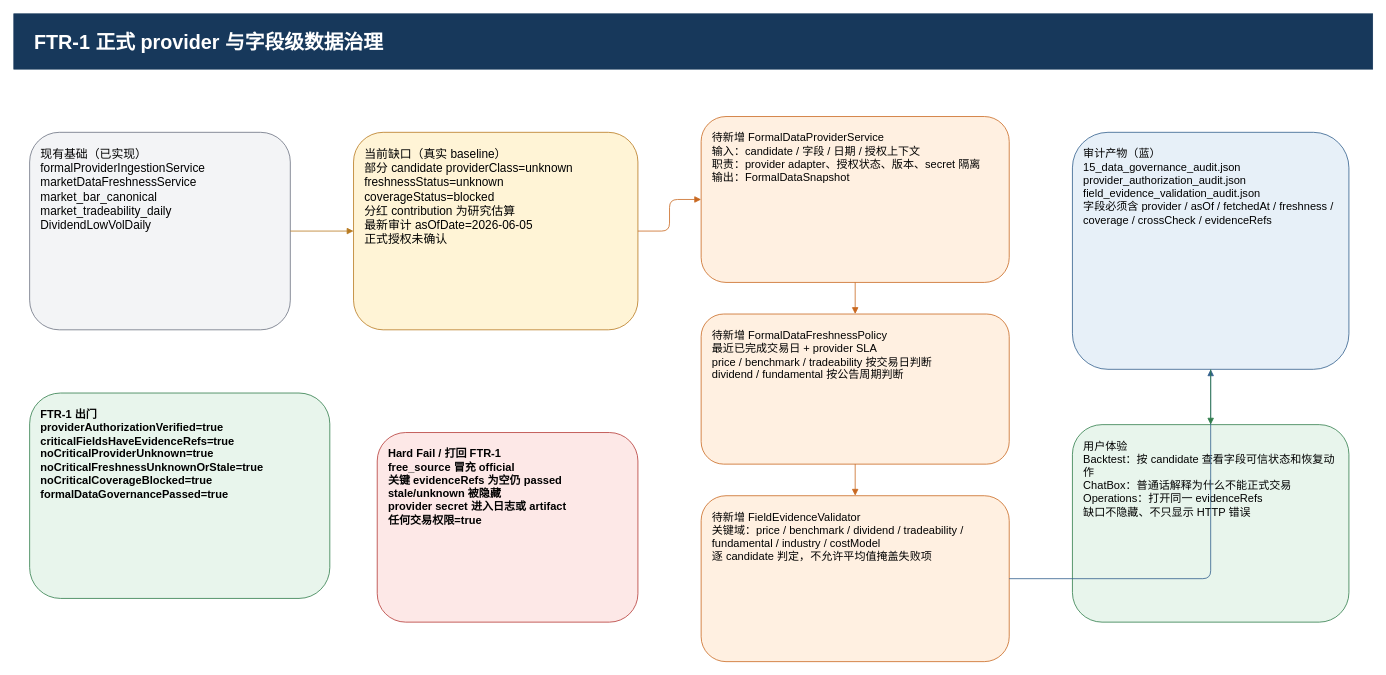
This is page "3 正式数据治理" (3 of 8) of docs/target-architecture-gap.drawio from ljx418/FAMS, a draw.io file, before an edit. Source tidied: cells renumbered, new cells numbered last; positions are measured from the earlier drawing's top-left corner, leaving out a move shared by most shapes. Both pictures are drawn from the tidied source at 79%, with x=0, y=0 at pixel (13, 13).
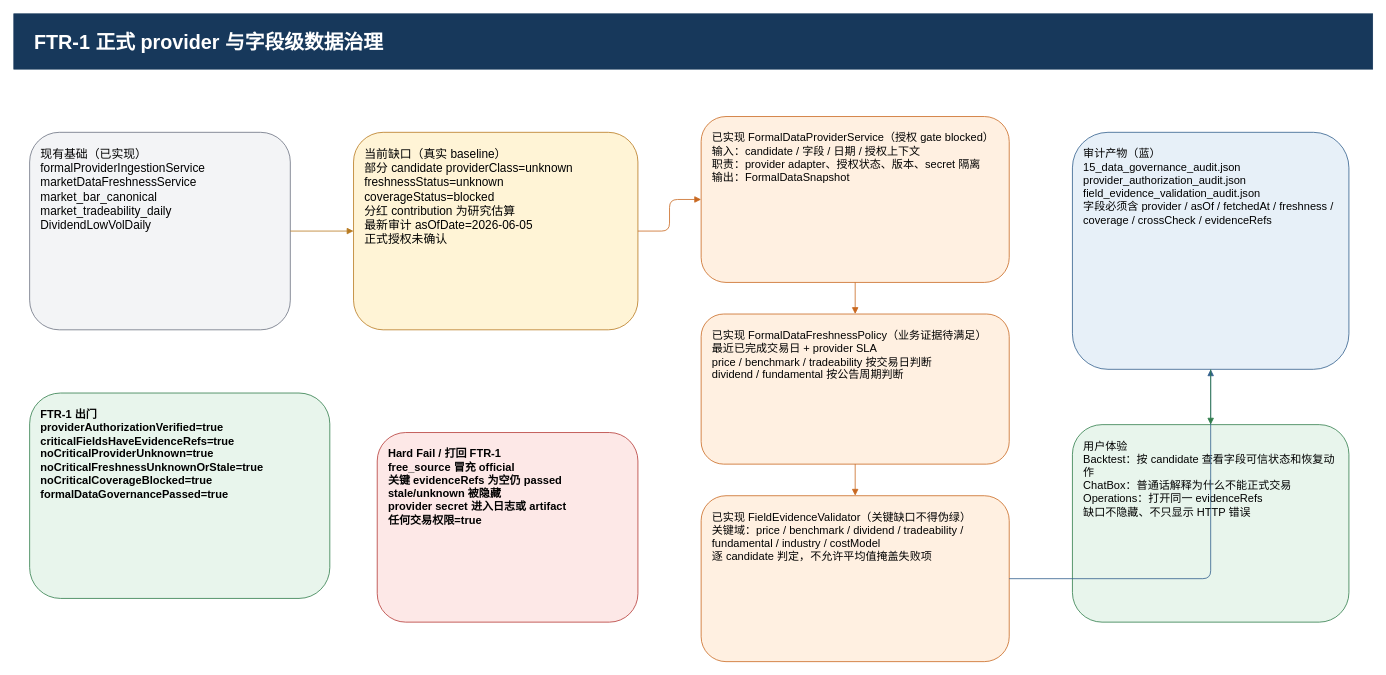
After the change.

Diff of the diagram source:
```diff
@@
 <mxGraphModel>
   <root>
     <mxCell id="0" />
     <mxCell id="1" parent="0" />
     <mxCell id="2" value="FTR-1 正式 provider 与字段级数据治理" style="rounded=0;whiteSpace=wrap;html=1;fontFamily=Microsoft YaHei;fontSize=25;fontStyle=1;align=left;fillColor=#17385b;strokeColor=#17385b;fontColor=#ffffff;spacingLeft=24;" parent="1" vertex="1">
       <mxGeometry width="1720" height="70" as="geometry" />
     </mxCell>
     <mxCell id="3" value="现有基础（已实现）&#10;formalProviderIngestionService&#10;marketDataFreshnessService&#10;market_bar_canonical&#10;market_tradeability_daily&#10;DividendLowVolDaily" style="rounded=1;whiteSpace=wrap;html=1;fontFamily=Microsoft YaHei;fontSize=15;align=left;verticalAlign=top;fillColor=#f3f4f6;strokeColor=#6b7280;spacing=14;" parent="1" vertex="1">
       <mxGeometry x="20" y="150" width="330" height="250" as="geometry" />
     </mxCell>
     <mxCell id="4" value="当前缺口（真实 baseline）&#10;部分 candidate providerClass=unknown&#10;freshnessStatus=unknown&#10;coverageStatus=blocked&#10;分红 contribution 为研究估算&#10;最新审计 asOfDate=2026-06-05&#10;正式授权未确认" style="rounded=1;whiteSpace=wrap;html=1;fontFamily=Microsoft YaHei;fontSize=15;align=left;verticalAlign=top;fillColor=#fff4d6;strokeColor=#b7791f;spacing=14;" parent="1" vertex="1">
       <mxGeometry x="430" y="150" width="360" height="250" as="geometry" />
     </mxCell>
-    <mxCell id="5" value="待新增 FormalDataProviderService&#10;输入：candidate / 字段 / 日期 / 授权上下文&#10;职责：provider adapter、授权状态、版本、secret 隔离&#10;输出：FormalDataSnapshot" style="rounded=1;whiteSpace=wrap;html=1;fontFamily=Microsoft YaHei;fontSize=14;align=left;verticalAlign=top;fillColor=#fff0e1;strokeColor=#c96820;spacing=14;" parent="1" vertex="1">
+    <mxCell id="5" value="已实现 FormalDataProviderService（授权 gate blocked）&#10;输入：candidate / 字段 / 日期 / 授权上下文&#10;职责：provider adapter、授权状态、版本、secret 隔离&#10;输出：FormalDataSnapshot" style="rounded=1;whiteSpace=wrap;html=1;fontFamily=Microsoft YaHei;fontSize=14;align=left;verticalAlign=top;fillColor=#fff0e1;strokeColor=#c96820;spacing=14;" parent="1" vertex="1">
       <mxGeometry x="870" y="130" width="390" height="210" as="geometry" />
     </mxCell>
-    <mxCell id="6" value="待新增 FormalDataFreshnessPolicy&#10;最近已完成交易日 + provider SLA&#10;price / benchmark / tradeability 按交易日判断&#10;dividend / fundamental 按公告周期判断" style="rounded=1;whiteSpace=wrap;html=1;fontFamily=Microsoft YaHei;fontSize=14;align=left;verticalAlign=top;fillColor=#fff0e1;strokeColor=#c96820;spacing=14;" parent="1" vertex="1">
+    <mxCell id="6" value="已实现 FormalDataFreshnessPolicy（业务证据待满足）&#10;最近已完成交易日 + provider SLA&#10;price / benchmark / tradeability 按交易日判断&#10;dividend / fundamental 按公告周期判断" style="rounded=1;whiteSpace=wrap;html=1;fontFamily=Microsoft YaHei;fontSize=14;align=left;verticalAlign=top;fillColor=#fff0e1;strokeColor=#c96820;spacing=14;" parent="1" vertex="1">
       <mxGeometry x="870" y="380" width="390" height="190" as="geometry" />
     </mxCell>
-    <mxCell id="7" value="待新增 FieldEvidenceValidator&#10;关键域：price / benchmark / dividend / tradeability / fundamental / industry / costModel&#10;逐 candidate 判定，不允许平均值掩盖失败项" style="rounded=1;whiteSpace=wrap;html=1;fontFamily=Microsoft YaHei;fontSize=14;align=left;verticalAlign=top;fillColor=#fff0e1;strokeColor=#c96820;spacing=14;" parent="1" vertex="1">
+    <mxCell id="7" value="已实现 FieldEvidenceValidator（关键缺口不得伪绿）&#10;关键域：price / benchmark / dividend / tradeability / fundamental / industry / costModel&#10;逐 candidate 判定，不允许平均值掩盖失败项" style="rounded=1;whiteSpace=wrap;html=1;fontFamily=Microsoft YaHei;fontSize=14;align=left;verticalAlign=top;fillColor=#fff0e1;strokeColor=#c96820;spacing=14;" parent="1" vertex="1">
       <mxGeometry x="870" y="610" width="390" height="210" as="geometry" />
     </mxCell>
     <mxCell id="8" value="审计产物（蓝）&#10;15_data_governance_audit.json&#10;provider_authorization_audit.json&#10;field_evidence_validation_audit.json&#10;字段必须含 provider / asOf / fetchedAt / freshness / coverage / crossCheck / evidenceRefs" style="rounded=1;whiteSpace=wrap;html=1;fontFamily=Microsoft YaHei;fontSize=14;align=left;verticalAlign=top;fillColor=#e7f0f8;strokeColor=#315f8c;spacing=14;" parent="1" vertex="1">
       <mxGeometry x="1340" y="150" width="350" height="300" as="geometry" />
     </mxCell>
     <mxCell id="9" value="用户体验&#10;Backtest：按 candidate 查看字段可信状态和恢复动作&#10;ChatBox：普通话解释为什么不能正式交易&#10;Operations：打开同一 evidenceRefs&#10;缺口不隐藏、不只显示 HTTP 错误" style="rounded=1;whiteSpace=wrap;html=1;fontFamily=Microsoft YaHei;fontSize=14;align=left;verticalAlign=top;fillColor=#e8f5ec;strokeColor=#2f7d4a;spacing=14;" parent="1" vertex="1">
       <mxGeometry x="1340" y="520" width="350" height="250" as="geometry" />
     </mxCell>
     <mxCell id="10" value="FTR-1 出门&#10;providerAuthorizationVerified=true&#10;criticalFieldsHaveEvidenceRefs=true&#10;noCriticalProviderUnknown=true&#10;noCriticalFreshnessUnknownOrStale=true&#10;noCriticalCoverageBlocked=true&#10;formalDataGovernancePassed=true" style="rounded=1;whiteSpace=wrap;html=1;fontFamily=Microsoft YaHei;fontSize=14;fontStyle=1;align=left;verticalAlign=top;fillColor=#e8f5ec;strokeColor=#2f7d4a;spacing=14;" parent="1" vertex="1">
       <mxGeometry x="20" y="480" width="380" height="260" as="geometry" />
     </mxCell>
     <mxCell id="11" value="Hard Fail / 打回 FTR-1&#10;free_source 冒充 official&#10;关键 evidenceRefs 为空仍 passed&#10;stale/unknown 被隐藏&#10;provider secret 进入日志或 artifact&#10;任何交易权限=true" style="rounded=1;whiteSpace=wrap;html=1;fontFamily=Microsoft YaHei;fontSize=14;fontStyle=1;align=left;verticalAlign=top;fillColor=#fde8e7;strokeColor=#b43a36;spacing=14;" parent="1" vertex="1">
       <mxGeometry x="460" y="530" width="330" height="240" as="geometry" />
     </mxCell>
     <mxCell id="12" style="edgeStyle=orthogonalEdgeStyle;html=1;endArrow=block;strokeColor=#b7791f;" parent="1" edge="1" source="3" target="4">
       <mxGeometry relative="1" as="geometry" />
     </mxCell>
     <mxCell id="13" style="edgeStyle=orthogonalEdgeStyle;html=1;endArrow=block;strokeColor=#c96820;" parent="1" edge="1" source="4" target="5">
       <mxGeometry relative="1" as="geometry" />
     </mxCell>
     <mxCell id="14" style="edgeStyle=orthogonalEdgeStyle;html=1;endArrow=block;strokeColor=#c96820;" parent="1" edge="1" source="5" target="6">
       <mxGeometry relative="1" as="geometry" />
     </mxCell>
     <mxCell id="15" style="edgeStyle=orthogonalEdgeStyle;html=1;endArrow=block;strokeColor=#c96820;" parent="1" edge="1" source="6" target="7">
       <mxGeometry relative="1" as="geometry" />
     </mxCell>
     <mxCell id="16" style="edgeStyle=orthogonalEdgeStyle;html=1;endArrow=block;strokeColor=#315f8c;" parent="1" edge="1" source="7" target="8">
       <mxGeometry relative="1" as="geometry" />
     </mxCell>
     <mxCell id="17" style="edgeStyle=orthogonalEdgeStyle;html=1;endArrow=block;strokeColor=#2f7d4a;" parent="1" edge="1" source="8" target="9">
       <mxGeometry relative="1" as="geometry" />
     </mxCell>
   </root>
 </mxGraphModel>
```
